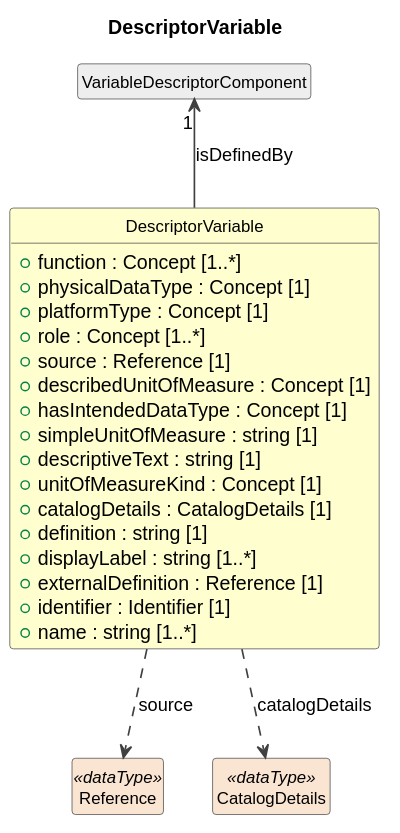
Earlier version of the PlantUML export build/field-level-documentation/CDIFDataStructure/Classes/DescriptorVariable.svg (Cross-Domain-Interoperability-Framework/metadataBuildingBlocks).
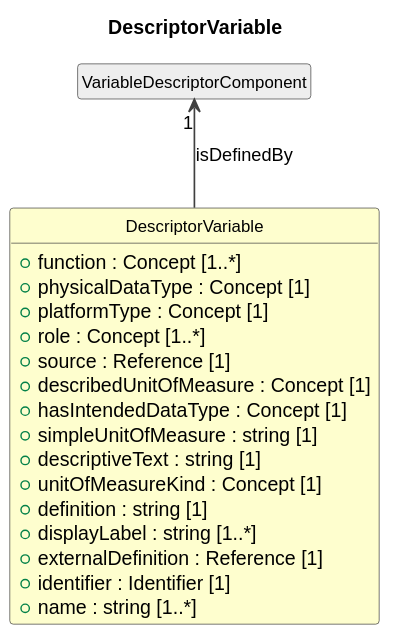
Later version of the same file.

Change to the diagram source:
```diff
@@ -21,7 +21,6 @@
   +simpleUnitOfMeasure : string [1]
   +descriptiveText : string [1]
   +unitOfMeasureKind : Concept [1]
-  +catalogDetails : CatalogDetails [1]
   +definition : string [1]
   +displayLabel : string [1..*]
   +externalDefinition : Reference [1]
@@ -30,8 +29,4 @@
 }
 class "VariableDescriptorComponent" as VariableDescriptorComponent #EEEEEE
 VariableDescriptorComponent "1" <-- DescriptorVariable : isDefinedBy
-class "Reference" as Reference <<dataType>> #FAE5D3
-DescriptorVariable ..> Reference : source
-class "CatalogDetails" as CatalogDetails <<dataType>> #FAE5D3
-DescriptorVariable ..> CatalogDetails : catalogDetails
 @enduml
```
